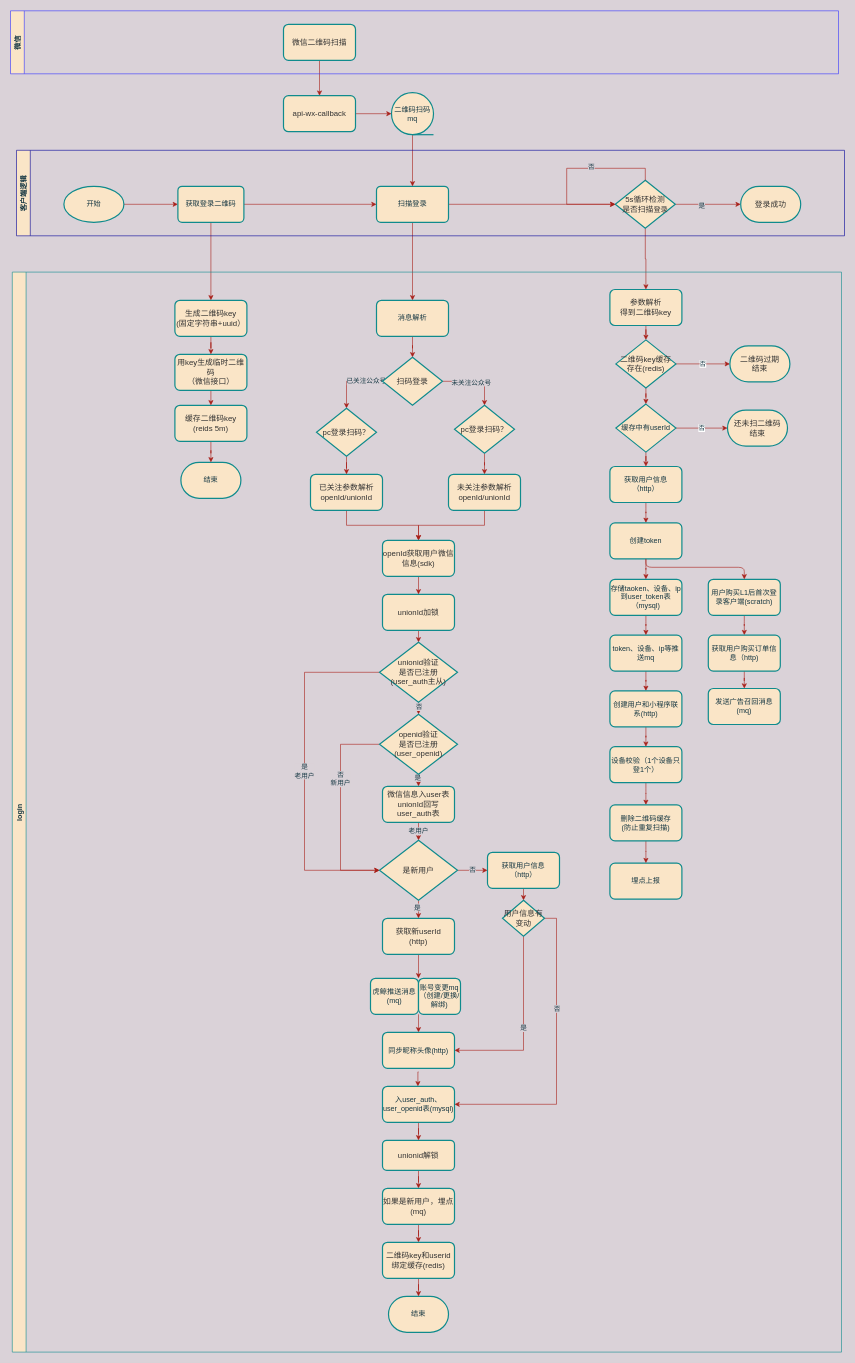
xiell2016/hetaoDesign keeps this draw.io diagram as 登录.drawio. Above is the earlier version. Source tidied: cells renumbered, new cells numbered last; positions are measured from the earlier drawing's top-left corner, leaving out a move shared by most shapes. Both pictures are drawn from the tidied source at 60%, with x=0, y=0 at pixel (10, 11).
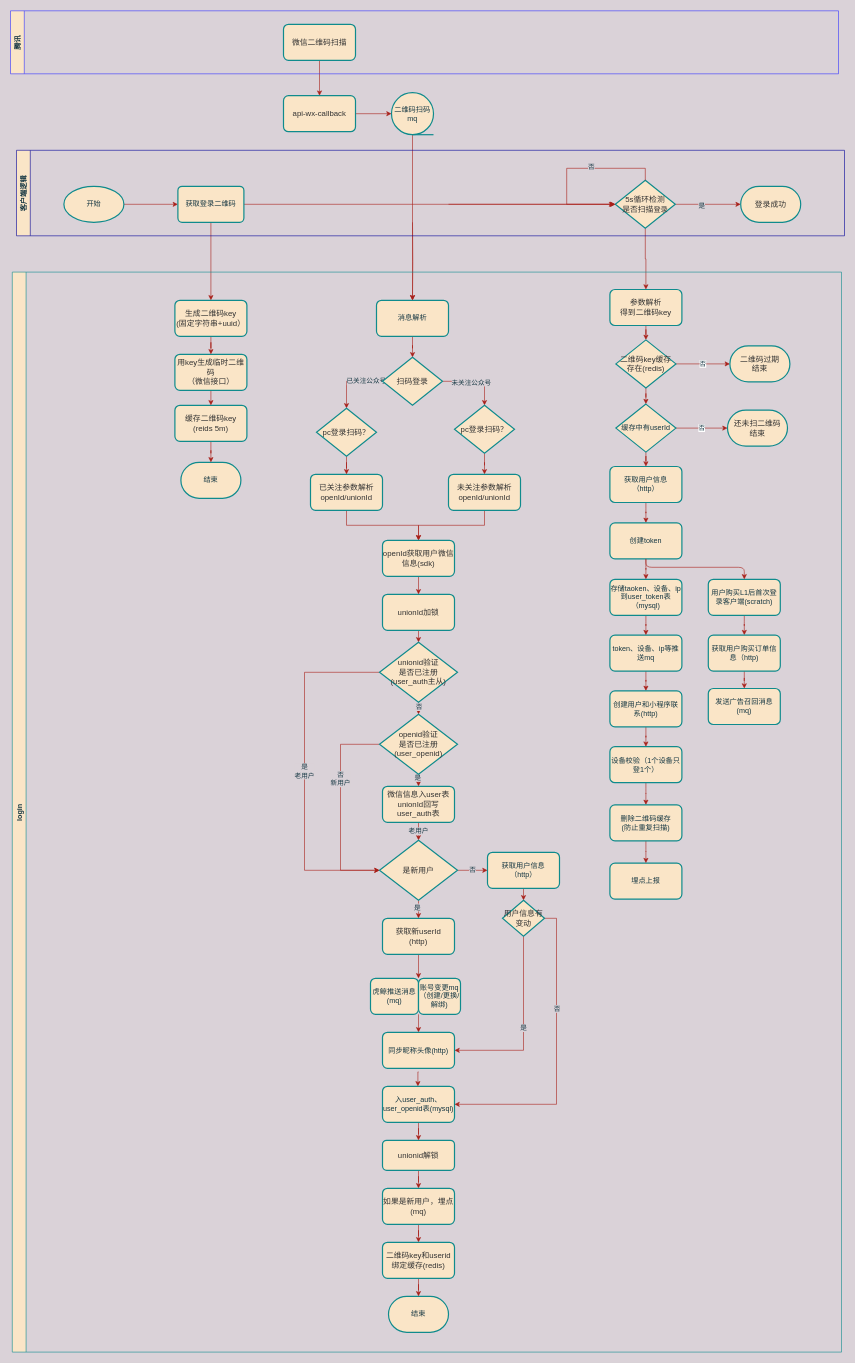
After the change.

The change refers to these unchanged cells:
```xml
<mxCell id="6" value="获取登录二维码" style="rounded=1;whiteSpace=wrap;html=1;absoluteArcSize=1;arcSize=14;strokeWidth=2;fillColor=#FAE5C7;strokeColor=#0F8B8D;fontColor=#143642;labelBackgroundColor=none;" parent="1" vertex="1">
  <mxGeometry x="279" y="292" width="110" height="60" as="geometry" />
</mxCell>
<mxCell id="22" value="消息解析" style="whiteSpace=wrap;html=1;rounded=1;strokeWidth=2;arcSize=14;fillColor=#FAE5C7;strokeColor=#0F8B8D;fontColor=#143642;" parent="1" vertex="1">
  <mxGeometry x="610" y="482" width="120" height="60" as="geometry" />
</mxCell>
<mxCell id="41" value="二维码扫码mq" style="strokeWidth=2;html=1;shape=mxgraph.flowchart.sequential_data;whiteSpace=wrap;fillColor=#FAE5C7;strokeColor=#0F8B8D;fontColor=#143642;" parent="1" vertex="1">
  <mxGeometry x="635" y="136" width="70" height="70" as="geometry" />
</mxCell>
<mxCell id="86" value="&lt;div style=&quot;resize: none ; outline: none ; font-size: 13px ; color: rgb(50 , 50 , 50) ; background-color: rgba(255 , 255 , 255 , 0.008)&quot;&gt;5s循环检测&lt;/div&gt;&lt;span style=&quot;color: rgb(50 , 50 , 50) ; font-size: 13px ; background-color: rgba(255 , 255 , 255 , 0.008)&quot;&gt;是否扫描&lt;/span&gt;&lt;span style=&quot;color: rgb(50 , 50 , 50) ; font-size: inherit ; background-color: rgba(255 , 255 , 255 , 0.008)&quot;&gt;登录&lt;/span&gt;" style="strokeWidth=2;html=1;shape=mxgraph.flowchart.decision;whiteSpace=wrap;fillColor=#FAE5C7;strokeColor=#0F8B8D;fontColor=#143642;" parent="85" vertex="1">
  <mxGeometry x="998" y="50" width="100" height="80" as="geometry" />
</mxCell>
```

What changed in the source:
```diff
@@
-    <mxCell id="5" style="edgeStyle=orthogonalEdgeStyle;rounded=0;jettySize=auto;html=1;exitX=1;exitY=0.5;exitDx=0;exitDy=0;entryX=0;entryY=0.5;entryDx=0;entryDy=0;strokeColor=#A8201A;fontColor=#143642;labelBackgroundColor=#DAD2D8;" parent="1" edge="1" source="6" target="9">
-      <mxGeometry relative="1" as="geometry" />
+    <mxCell id="5" style="edgeStyle=orthogonalEdgeStyle;rounded=0;jettySize=auto;html=1;exitX=1;exitY=0.5;exitDx=0;exitDy=0;strokeColor=#A8201A;fontColor=#143642;labelBackgroundColor=#DAD2D8;" parent="1" edge="1" source="6">
+      <mxGeometry relative="1" as="geometry">
+        <mxPoint x="1006" y="322" as="targetPoint" />
+      </mxGeometry>
     </mxCell>
@@
-    <mxCell id="7" style="edgeStyle=orthogonalEdgeStyle;rounded=0;jettySize=auto;html=1;exitX=1;exitY=0.5;exitDx=0;exitDy=0;strokeColor=#A8201A;fontColor=#143642;labelBackgroundColor=#DAD2D8;" parent="1" edge="1" source="9" target="86">
+    <mxCell id="7" style="edgeStyle=orthogonalEdgeStyle;rounded=0;jettySize=auto;html=1;exitX=1;exitY=0.5;exitDx=0;exitDy=0;strokeColor=#A8201A;fontColor=#143642;labelBackgroundColor=#DAD2D8;" parent="1" edge="1" target="86">
       <mxGeometry relative="1" as="geometry">
+        <mxPoint x="730" y="322" as="sourcePoint" />
         <Array as="points">
           <mxPoint x="925" y="322" />
           <mxPoint x="925" y="322" />
         </Array>
       </mxGeometry>
     </mxCell>
-    <mxCell id="8" style="edgeStyle=orthogonalEdgeStyle;rounded=0;jettySize=auto;html=1;exitX=0.5;exitY=1;exitDx=0;exitDy=0;strokeColor=#A8201A;fontColor=#143642;labelBackgroundColor=#DAD2D8;" parent="1" edge="1" source="9" target="22">
-      <mxGeometry relative="1" as="geometry" />
+    <mxCell id="8" style="edgeStyle=orthogonalEdgeStyle;rounded=0;jettySize=auto;html=1;exitX=0.5;exitY=1;exitDx=0;exitDy=0;strokeColor=#A8201A;fontColor=#143642;labelBackgroundColor=#DAD2D8;" parent="1" edge="1" target="22">
+      <mxGeometry relative="1" as="geometry">
+        <mxPoint x="670" y="352" as="sourcePoint" />
+      </mxGeometry>
     </mxCell>
-    <mxCell id="9" value="扫描登录" style="rounded=1;whiteSpace=wrap;html=1;absoluteArcSize=1;arcSize=14;strokeWidth=2;fillColor=#FAE5C7;strokeColor=#0F8B8D;fontColor=#143642;labelBackgroundColor=none;" parent="1" vertex="1">
-      <mxGeometry x="610" y="292" width="120" height="60" as="geometry" />
-    </mxCell>
@@
-    <mxCell id="40" style="edgeStyle=orthogonalEdgeStyle;rounded=0;jettySize=auto;html=1;exitX=0.5;exitY=1;exitDx=0;exitDy=0;exitPerimeter=0;strokeColor=#A8201A;fontColor=#143642;labelBackgroundColor=#DAD2D8;" parent="1" edge="1" source="41" target="9">
+    <mxCell id="40" style="edgeStyle=orthogonalEdgeStyle;rounded=0;jettySize=auto;html=1;exitX=0.5;exitY=1;exitDx=0;exitDy=0;exitPerimeter=0;strokeColor=#A8201A;fontColor=#143642;labelBackgroundColor=#DAD2D8;" parent="1" edge="1" source="41" target="22">
       <mxGeometry relative="1" as="geometry" />
     </mxCell>
@@
-    <mxCell id="84" value="微信" style="swimlane;horizontal=0;swimlaneFillColor=none;fillColor=#FAE5C7;strokeColor=#3333FF;glass=0;rounded=0;shadow=0;sketch=0;fontColor=#143642;" parent="1" vertex="1">
+    <mxCell id="84" value="腾讯" style="swimlane;horizontal=0;swimlaneFillColor=none;fillColor=#FAE5C7;strokeColor=#3333FF;glass=0;rounded=0;shadow=0;sketch=0;fontColor=#143642;" parent="1" vertex="1">
       <mxGeometry y="-0.5" width="1380" height="105" as="geometry" />
     </mxCell>
```
